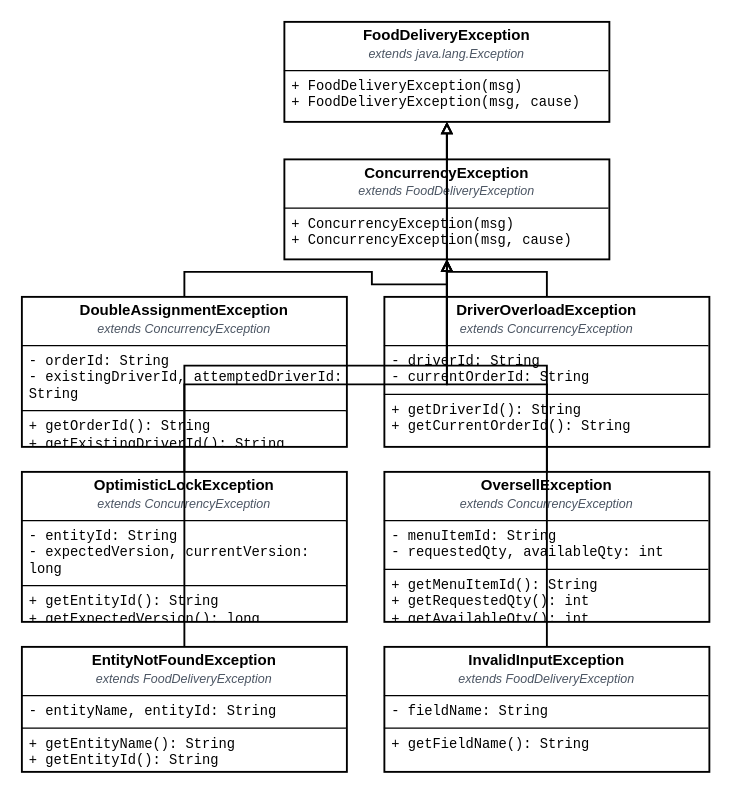
Above: page "4. Exception Layer (8 Classes)" (5 of 6) of NHOM_01_LAB211_FoodDelivery/docs/Full_Class_Diagram.drawio in trat21430-spec/Food-Delivery (draw.io), before the change. Source tidied: cells renumbered, new cells numbered last; positions are measured from the earlier drawing's top-left corner, leaving out a move shared by most shapes. Both pictures are drawn from the tidied source at 125%, with x=0, y=0 at pixel (21, 21).
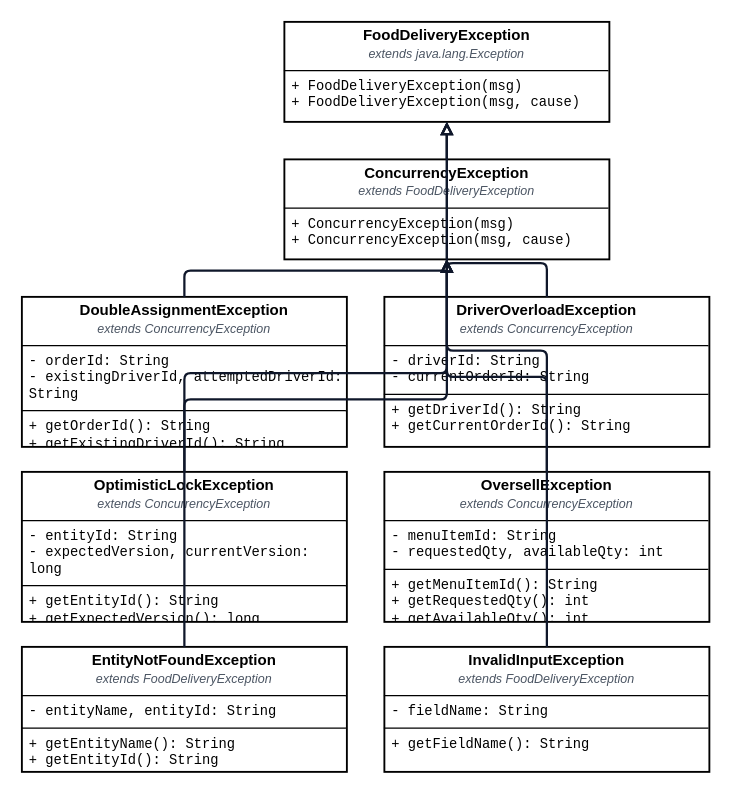
The same diagram, later.

Unchanged cells that the change refers to:
```xml
<mxCell id="2" value="&lt;p style=&quot;margin:0px;padding-top:4px;text-align:center;&quot;&gt;&lt;b&gt;FoodDeliveryException&lt;/b&gt;&lt;br&gt;&lt;i style=&quot;font-size:10px;color:#4b5563;&quot;&gt;extends java.lang.Exception&lt;/i&gt;&lt;/p&gt;&lt;hr size=&quot;1&quot; style=&quot;border-color:#000000;&quot;&gt;&lt;p style=&quot;margin:0px;padding-left:6px;font-family:Courier New;font-size:11px;&quot;&gt;+ FoodDeliveryException(msg)&lt;br&gt;+ FoodDeliveryException(msg, cause)&lt;br&gt;&lt;/p&gt;" style="verticalAlign=top;align=left;overflow=fill;fontSize=12;fontFamily=Helvetica;html=1;whiteSpace=wrap;fillColor=#ffffff;strokeColor=#000000;fontColor=#000000;strokeWidth=1.5;" parent="1" vertex="1">
  <mxGeometry x="210" width="260" height="80" as="geometry" />
</mxCell>
<mxCell id="3" value="&lt;p style=&quot;margin:0px;padding-top:4px;text-align:center;&quot;&gt;&lt;b&gt;ConcurrencyException&lt;/b&gt;&lt;br&gt;&lt;i style=&quot;font-size:10px;color:#4b5563;&quot;&gt;extends FoodDeliveryException&lt;/i&gt;&lt;/p&gt;&lt;hr size=&quot;1&quot; style=&quot;border-color:#000000;&quot;&gt;&lt;p style=&quot;margin:0px;padding-left:6px;font-family:Courier New;font-size:11px;&quot;&gt;+ ConcurrencyException(msg)&lt;br&gt;+ ConcurrencyException(msg, cause)&lt;br&gt;&lt;/p&gt;" style="verticalAlign=top;align=left;overflow=fill;fontSize=12;fontFamily=Helvetica;html=1;whiteSpace=wrap;fillColor=#ffffff;strokeColor=#000000;fontColor=#000000;strokeWidth=1.5;" parent="1" vertex="1">
  <mxGeometry x="210" y="110" width="260" height="80" as="geometry" />
</mxCell>
<mxCell id="4" value="&lt;p style=&quot;margin:0px;padding-top:4px;text-align:center;&quot;&gt;&lt;b&gt;DoubleAssignmentException&lt;/b&gt;&lt;br&gt;&lt;i style=&quot;font-size:10px;color:#4b5563;&quot;&gt;extends ConcurrencyException&lt;/i&gt;&lt;/p&gt;&lt;hr size=&quot;1&quot; style=&quot;border-color:#000000;&quot;&gt;&lt;p style=&quot;margin:0px;padding-left:6px;font-family:Courier New;font-size:11px;&quot;&gt;- orderId: String&lt;br&gt;- existingDriverId, attemptedDriverId: String&lt;br&gt;&lt;/p&gt;&lt;hr size=&quot;1&quot; style=&quot;border-color:#000000;&quot;&gt;&lt;p style=&quot;margin:0px;padding-left:6px;font-family:Courier New;font-size:11px;&quot;&gt;+ getOrderId(): String&lt;br&gt;+ getExistingDriverId(): String&lt;br&gt;+ getAttemptedDriverId(): String&lt;br&gt;&lt;/p&gt;" style="verticalAlign=top;align=left;overflow=fill;fontSize=12;fontFamily=Helvetica;html=1;whiteSpace=wrap;fillColor=#ffffff;strokeColor=#000000;fontColor=#000000;strokeWidth=1.5;" parent="1" vertex="1">
  <mxGeometry y="220" width="260" height="120" as="geometry" />
</mxCell>
<mxCell id="5" value="&lt;p style=&quot;margin:0px;padding-top:4px;text-align:center;&quot;&gt;&lt;b&gt;DriverOverloadException&lt;/b&gt;&lt;br&gt;&lt;i style=&quot;font-size:10px;color:#4b5563;&quot;&gt;extends ConcurrencyException&lt;/i&gt;&lt;/p&gt;&lt;hr size=&quot;1&quot; style=&quot;border-color:#000000;&quot;&gt;&lt;p style=&quot;margin:0px;padding-left:6px;font-family:Courier New;font-size:11px;&quot;&gt;- driverId: String&lt;br&gt;- currentOrderId: String&lt;br&gt;&lt;/p&gt;&lt;hr size=&quot;1&quot; style=&quot;border-color:#000000;&quot;&gt;&lt;p style=&quot;margin:0px;padding-left:6px;font-family:Courier New;font-size:11px;&quot;&gt;+ getDriverId(): String&lt;br&gt;+ getCurrentOrderId(): String&lt;br&gt;&lt;/p&gt;" style="verticalAlign=top;align=left;overflow=fill;fontSize=12;fontFamily=Helvetica;html=1;whiteSpace=wrap;fillColor=#ffffff;strokeColor=#000000;fontColor=#000000;strokeWidth=1.5;" parent="1" vertex="1">
  <mxGeometry x="290" y="220" width="260" height="120" as="geometry" />
</mxCell>
<mxCell id="6" value="&lt;p style=&quot;margin:0px;padding-top:4px;text-align:center;&quot;&gt;&lt;b&gt;OptimisticLockException&lt;/b&gt;&lt;br&gt;&lt;i style=&quot;font-size:10px;color:#4b5563;&quot;&gt;extends ConcurrencyException&lt;/i&gt;&lt;/p&gt;&lt;hr size=&quot;1&quot; style=&quot;border-color:#000000;&quot;&gt;&lt;p style=&quot;margin:0px;padding-left:6px;font-family:Courier New;font-size:11px;&quot;&gt;- entityId: String&lt;br&gt;- expectedVersion, currentVersion: long&lt;br&gt;&lt;/p&gt;&lt;hr size=&quot;1&quot; style=&quot;border-color:#000000;&quot;&gt;&lt;p style=&quot;margin:0px;padding-left:6px;font-family:Courier New;font-size:11px;&quot;&gt;+ getEntityId(): String&lt;br&gt;+ getExpectedVersion(): long&lt;br&gt;+ getCurrentVersion(): long&lt;br&gt;&lt;/p&gt;" style="verticalAlign=top;align=left;overflow=fill;fontSize=12;fontFamily=Helvetica;html=1;whiteSpace=wrap;fillColor=#ffffff;strokeColor=#000000;fontColor=#000000;strokeWidth=1.5;" parent="1" vertex="1">
  <mxGeometry y="360" width="260" height="120" as="geometry" />
</mxCell>
<mxCell id="7" value="&lt;p style=&quot;margin:0px;padding-top:4px;text-align:center;&quot;&gt;&lt;b&gt;OversellException&lt;/b&gt;&lt;br&gt;&lt;i style=&quot;font-size:10px;color:#4b5563;&quot;&gt;extends ConcurrencyException&lt;/i&gt;&lt;/p&gt;&lt;hr size=&quot;1&quot; style=&quot;border-color:#000000;&quot;&gt;&lt;p style=&quot;margin:0px;padding-left:6px;font-family:Courier New;font-size:11px;&quot;&gt;- menuItemId: String&lt;br&gt;- requestedQty, availableQty: int&lt;br&gt;&lt;/p&gt;&lt;hr size=&quot;1&quot; style=&quot;border-color:#000000;&quot;&gt;&lt;p style=&quot;margin:0px;padding-left:6px;font-family:Courier New;font-size:11px;&quot;&gt;+ getMenuItemId(): String&lt;br&gt;+ getRequestedQty(): int&lt;br&gt;+ getAvailableQty(): int&lt;br&gt;&lt;/p&gt;" style="verticalAlign=top;align=left;overflow=fill;fontSize=12;fontFamily=Helvetica;html=1;whiteSpace=wrap;fillColor=#ffffff;strokeColor=#000000;fontColor=#000000;strokeWidth=1.5;" parent="1" vertex="1">
  <mxGeometry x="290" y="360" width="260" height="120" as="geometry" />
</mxCell>
<mxCell id="8" value="&lt;p style=&quot;margin:0px;padding-top:4px;text-align:center;&quot;&gt;&lt;b&gt;EntityNotFoundException&lt;/b&gt;&lt;br&gt;&lt;i style=&quot;font-size:10px;color:#4b5563;&quot;&gt;extends FoodDeliveryException&lt;/i&gt;&lt;/p&gt;&lt;hr size=&quot;1&quot; style=&quot;border-color:#000000;&quot;&gt;&lt;p style=&quot;margin:0px;padding-left:6px;font-family:Courier New;font-size:11px;&quot;&gt;- entityName, entityId: String&lt;br&gt;&lt;/p&gt;&lt;hr size=&quot;1&quot; style=&quot;border-color:#000000;&quot;&gt;&lt;p style=&quot;margin:0px;padding-left:6px;font-family:Courier New;font-size:11px;&quot;&gt;+ getEntityName(): String&lt;br&gt;+ getEntityId(): String&lt;br&gt;&lt;/p&gt;" style="verticalAlign=top;align=left;overflow=fill;fontSize=12;fontFamily=Helvetica;html=1;whiteSpace=wrap;fillColor=#ffffff;strokeColor=#000000;fontColor=#000000;strokeWidth=1.5;" parent="1" vertex="1">
  <mxGeometry y="500" width="260" height="100" as="geometry" />
</mxCell>
<mxCell id="9" value="&lt;p style=&quot;margin:0px;padding-top:4px;text-align:center;&quot;&gt;&lt;b&gt;InvalidInputException&lt;/b&gt;&lt;br&gt;&lt;i style=&quot;font-size:10px;color:#4b5563;&quot;&gt;extends FoodDeliveryException&lt;/i&gt;&lt;/p&gt;&lt;hr size=&quot;1&quot; style=&quot;border-color:#000000;&quot;&gt;&lt;p style=&quot;margin:0px;padding-left:6px;font-family:Courier New;font-size:11px;&quot;&gt;- fieldName: String&lt;br&gt;&lt;/p&gt;&lt;hr size=&quot;1&quot; style=&quot;border-color:#000000;&quot;&gt;&lt;p style=&quot;margin:0px;padding-left:6px;font-family:Courier New;font-size:11px;&quot;&gt;+ getFieldName(): String&lt;br&gt;&lt;/p&gt;" style="verticalAlign=top;align=left;overflow=fill;fontSize=12;fontFamily=Helvetica;html=1;whiteSpace=wrap;fillColor=#ffffff;strokeColor=#000000;fontColor=#000000;strokeWidth=1.5;" parent="1" vertex="1">
  <mxGeometry x="290" y="500" width="260" height="100" as="geometry" />
</mxCell>
```

Change to the diagram source:
```diff
@@
-    <mxCell id="10" style="edgeStyle=orthogonalEdgeStyle;rounded=0;jettySize=auto;html=1;endArrow=block;endFill=0;strokeColor=#000000;strokeWidth=1.5;fontColor=#000000;fontSize=10;" parent="1" edge="1" source="3" target="2">
+    <mxCell id="10" style="edgeStyle=orthogonalEdgeStyle;rounded=1;arcSize=10;jettySize=auto;html=1;endArrow=block;endFill=0;strokeColor=#0f172a;strokeWidth=1.8;exitX=0.5;exitY=0.0;exitDx=0;exitDy=0;entryX=0.5;entryY=1.0;entryDx=0;entryDy=0;labelBackgroundColor=#ffffff;fontColor=#0f172a;fontSize=10;" parent="1" edge="1" source="3" target="2">
       <mxGeometry relative="1" as="geometry" />
     </mxCell>
-    <mxCell id="11" style="edgeStyle=orthogonalEdgeStyle;rounded=0;jettySize=auto;html=1;endArrow=block;endFill=0;strokeColor=#000000;strokeWidth=1.5;fontColor=#000000;fontSize=10;" parent="1" edge="1" source="8" target="2">
-      <mxGeometry relative="1" as="geometry" />
+    <mxCell id="11" style="edgeStyle=orthogonalEdgeStyle;rounded=1;arcSize=10;jettySize=auto;html=1;endArrow=block;endFill=0;strokeColor=#0f172a;strokeWidth=1.8;exitX=0.5;exitY=0.0;exitDx=0;exitDy=0;entryX=0.5;entryY=1.0;entryDx=0;entryDy=0;labelBackgroundColor=#ffffff;fontColor=#0f172a;fontSize=10;" parent="1" edge="1" source="8" target="2">
+      <mxGeometry relative="1" as="geometry">
+        <Array as="points">
+          <mxPoint x="130" y="302" />
+          <mxPoint x="340" y="302" />
+        </Array>
+      </mxGeometry>
     </mxCell>
-    <mxCell id="12" style="edgeStyle=orthogonalEdgeStyle;rounded=0;jettySize=auto;html=1;endArrow=block;endFill=0;strokeColor=#000000;strokeWidth=1.5;fontColor=#000000;fontSize=10;" parent="1" edge="1" source="9" target="2">
-      <mxGeometry relative="1" as="geometry" />
+    <mxCell id="12" style="edgeStyle=orthogonalEdgeStyle;rounded=1;arcSize=10;jettySize=auto;html=1;endArrow=block;endFill=0;strokeColor=#0f172a;strokeWidth=1.8;exitX=0.5;exitY=0.0;exitDx=0;exitDy=0;entryX=0.5;entryY=1.0;entryDx=0;entryDy=0;labelBackgroundColor=#ffffff;fontColor=#0f172a;fontSize=10;" parent="1" edge="1" source="9" target="2">
+      <mxGeometry relative="1" as="geometry">
+        <Array as="points">
+          <mxPoint x="420" y="284" />
+          <mxPoint x="340" y="284" />
+        </Array>
+      </mxGeometry>
     </mxCell>
-    <mxCell id="13" style="edgeStyle=orthogonalEdgeStyle;rounded=0;jettySize=auto;html=1;endArrow=block;endFill=0;strokeColor=#000000;strokeWidth=1.5;fontColor=#000000;fontSize=10;" parent="1" edge="1" source="4" target="3">
-      <mxGeometry relative="1" as="geometry" />
+    <mxCell id="13" style="edgeStyle=orthogonalEdgeStyle;rounded=1;arcSize=10;jettySize=auto;html=1;endArrow=block;endFill=0;strokeColor=#0f172a;strokeWidth=1.8;exitX=0.5;exitY=0.0;exitDx=0;exitDy=0;entryX=0.5;entryY=1.0;entryDx=0;entryDy=0;labelBackgroundColor=#ffffff;fontColor=#0f172a;fontSize=10;" parent="1" edge="1" source="4" target="3">
+      <mxGeometry relative="1" as="geometry">
+        <Array as="points">
+          <mxPoint x="130" y="199" />
+          <mxPoint x="340" y="199" />
+        </Array>
+      </mxGeometry>
     </mxCell>
-    <mxCell id="14" style="edgeStyle=orthogonalEdgeStyle;rounded=0;jettySize=auto;html=1;endArrow=block;endFill=0;strokeColor=#000000;strokeWidth=1.5;fontColor=#000000;fontSize=10;" parent="1" edge="1" source="5" target="3">
-      <mxGeometry relative="1" as="geometry" />
+    <mxCell id="14" style="edgeStyle=orthogonalEdgeStyle;rounded=1;arcSize=10;jettySize=auto;html=1;endArrow=block;endFill=0;strokeColor=#0f172a;strokeWidth=1.8;exitX=0.5;exitY=0.0;exitDx=0;exitDy=0;entryX=0.5;entryY=1.0;entryDx=0;entryDy=0;labelBackgroundColor=#ffffff;fontColor=#0f172a;fontSize=10;" parent="1" edge="1" source="5" target="3">
+      <mxGeometry relative="1" as="geometry">
+        <Array as="points">
+          <mxPoint x="420" y="193" />
+          <mxPoint x="340" y="193" />
+        </Array>
+      </mxGeometry>
     </mxCell>
-    <mxCell id="15" style="edgeStyle=orthogonalEdgeStyle;rounded=0;jettySize=auto;html=1;endArrow=block;endFill=0;strokeColor=#000000;strokeWidth=1.5;fontColor=#000000;fontSize=10;" parent="1" edge="1" source="6" target="3">
-      <mxGeometry relative="1" as="geometry" />
+    <mxCell id="15" style="edgeStyle=orthogonalEdgeStyle;rounded=1;arcSize=10;jettySize=auto;html=1;endArrow=block;endFill=0;strokeColor=#0f172a;strokeWidth=1.8;exitX=0.5;exitY=0.0;exitDx=0;exitDy=0;entryX=0.5;entryY=1.0;entryDx=0;entryDy=0;labelBackgroundColor=#ffffff;fontColor=#0f172a;fontSize=10;" parent="1" edge="1" source="6" target="3">
+      <mxGeometry relative="1" as="geometry">
+        <Array as="points">
+          <mxPoint x="130" y="281" />
+          <mxPoint x="340" y="281" />
+        </Array>
+      </mxGeometry>
     </mxCell>
-    <mxCell id="16" style="edgeStyle=orthogonalEdgeStyle;rounded=0;jettySize=auto;html=1;endArrow=block;endFill=0;strokeColor=#000000;strokeWidth=1.5;fontColor=#000000;fontSize=10;" parent="1" edge="1" source="7" target="3">
-      <mxGeometry relative="1" as="geometry" />
+    <mxCell id="16" style="edgeStyle=orthogonalEdgeStyle;rounded=1;arcSize=10;jettySize=auto;html=1;endArrow=block;endFill=0;strokeColor=#0f172a;strokeWidth=1.8;exitX=0.5;exitY=0.0;exitDx=0;exitDy=0;entryX=0.5;entryY=1.0;entryDx=0;entryDy=0;labelBackgroundColor=#ffffff;fontColor=#0f172a;fontSize=10;" parent="1" edge="1" source="7" target="3">
+      <mxGeometry relative="1" as="geometry">
+        <Array as="points">
+          <mxPoint x="420" y="263" />
+          <mxPoint x="340" y="263" />
+        </Array>
+      </mxGeometry>
     </mxCell>
```
